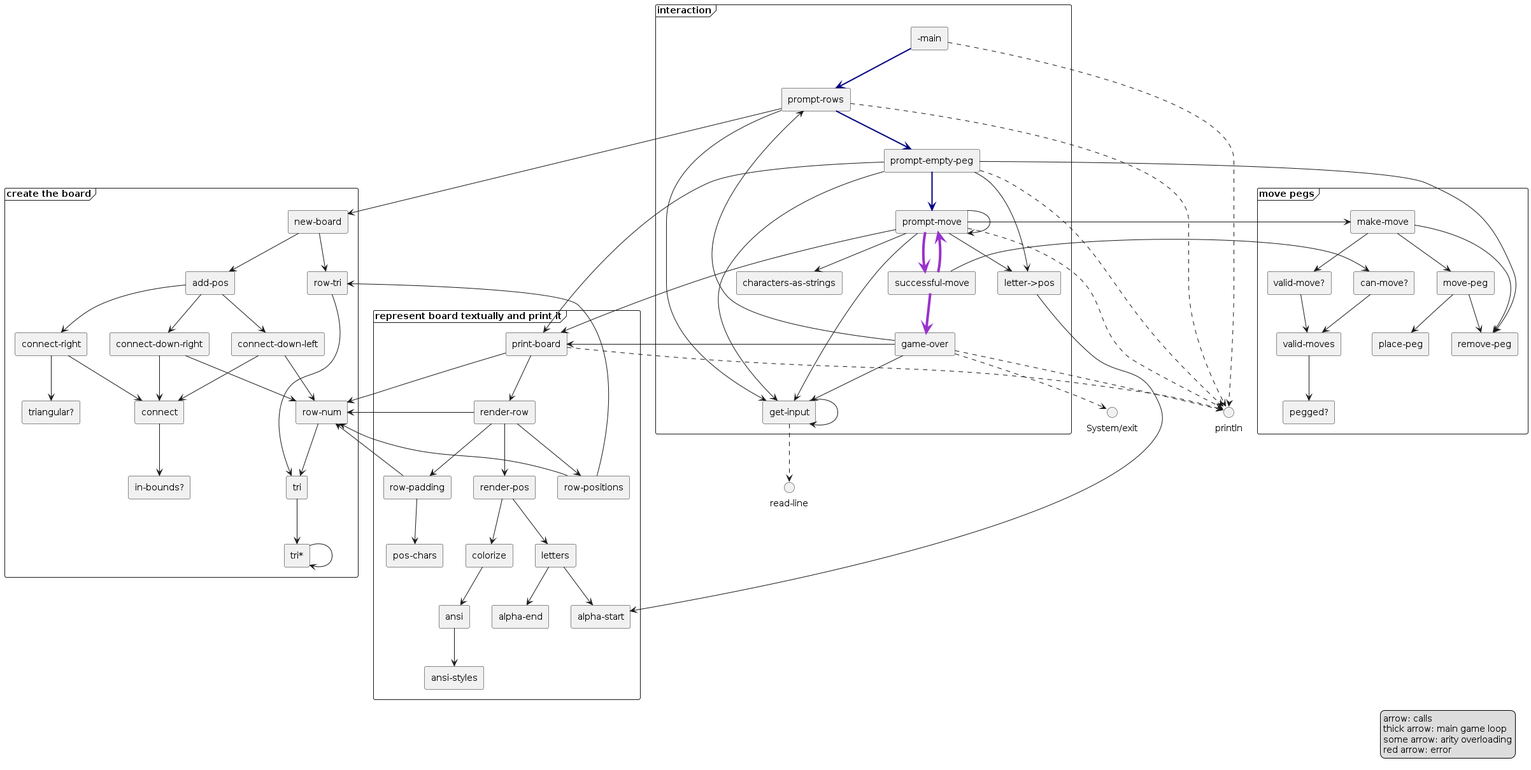
Above: images/2023/clj-12/clj-diagram.png in j19sch/j19sch.github.io (PlantUML), before the change. The source it was exported from:
```plantuml
@startuml

skinparam componentStyle rectangle




legend right
	arrow: calls
	thick arrow: main game loop
	some arrow: arity overloading
	red arrow: error
end legend


interface "read-line" as readline
interface println
interface "System/exit" as systemexit


frame "create the board" {
	[tri*]
	[tri]
	[triangular?]
	[row-tri]
	[row-num]
	[in-bounds?]
	[connect]
	[connect-right]
	[connect-down-left]
	[connect-down-right]
	[add-pos]
	[new-board]
}

frame "move pegs" {
	[pegged?]
	[valid-moves]
	[valid-move?]
	[remove-peg]
	[place-peg]
	[move-peg]
	[make-move]
	[can-move?]
}

frame "represent board textually and print it" {
	[alpha-start]
	[alpha-end]
	[letters]
	[pos-chars]
	[ansi-styles]

	[ansi]
	[colorize]
	[render-pos]
	[row-positions]
	[row-padding]
	[render-row]
	[print-board]
}


frame "interaction" {
	[letter->pos]
	[get-input]
	[characters-as-strings]
	[prompt-move]
	[successful-move]
	[game-over]
	[prompt-empty-peg]
	[prompt-rows]
	[-main]
}


[tri*] --> [tri*]
[tri] --> [tri*]
[row-tri] --> [tri]
[row-num] --> [tri]
[connect] --> [in-bounds?]
[connect-right] --> [triangular?]
[connect-right] --> [connect]
[connect-down-left] --> [connect]
[connect-down-left] --> [row-num]
[connect-down-right] --> [connect]
[connect-down-right] --> [row-num]
[add-pos] --> [connect-right]
[add-pos] --> [connect-down-left]
[add-pos] --> [connect-down-right]
[new-board] --> [row-tri]
[new-board] --> [add-pos]

[valid-moves] --> [pegged?]
[valid-move?] --> [valid-moves]
[move-peg] --> [remove-peg]
[move-peg] --> [place-peg]
[make-move] --> [valid-move?]
[make-move] --> [move-peg]
[make-move] --> [remove-peg]
[can-move?] --> [valid-moves]

[letters] --> [alpha-start]
[letters] --> [alpha-end]
[ansi] --> [ansi-styles]
[colorize] --> [ansi]
[render-pos] --> [letters]
[render-pos] --> [colorize]
[row-positions] -left-> [row-tri]
[row-positions] -left-> [row-num]
[row-padding] --> [pos-chars]
[row-padding] -left-> [row-num]
[render-row] --> [row-padding]
[render-row] --> [render-pos]
[render-row] -> [row-num]
[render-row] --> [row-positions]
[print-board] --> [render-row]
[print-board] -left-> [row-num]
[print-board] ..> println

[letter->pos] -> [alpha-start]
[get-input] --> [get-input]
[get-input] ..> readline
[prompt-move] ..> println
[prompt-move] -> [print-board]
[prompt-move] --> [letter->pos]
[prompt-move] --> [characters-as-strings]
[prompt-move] --> [get-input]
[prompt-move] -> [make-move]
[prompt-move] -[thickness=4,#darkorchid]-> [successful-move]
[prompt-move] --> [prompt-move]
[successful-move] -> [can-move?]
[successful-move] -[thickness=4,#darkorchid]-> [prompt-move]
[successful-move] -[thickness=4,#darkorchid]-> [game-over]
[game-over] ..> println
[game-over] -> [print-board]
[game-over] --> [get-input]
[game-over] -up-> [prompt-rows]
[game-over] ..> systemexit
[prompt-empty-peg] ..> println
[prompt-empty-peg] -> [print-board]
[prompt-empty-peg] -down[thickness=2,#navy]-> [prompt-move]
[prompt-empty-peg] -> [remove-peg]
[prompt-empty-peg] --> [letter->pos]
[prompt-empty-peg] --> [get-input]
[prompt-rows] ..> println
[prompt-rows] --> [get-input]
[prompt-rows] -> [new-board]
[prompt-rows] -down[thickness=2,#navy]-> [prompt-empty-peg]
[-main] ..> println
[-main] -down[thickness=2,#navy]-> [prompt-rows]

@enduml
```
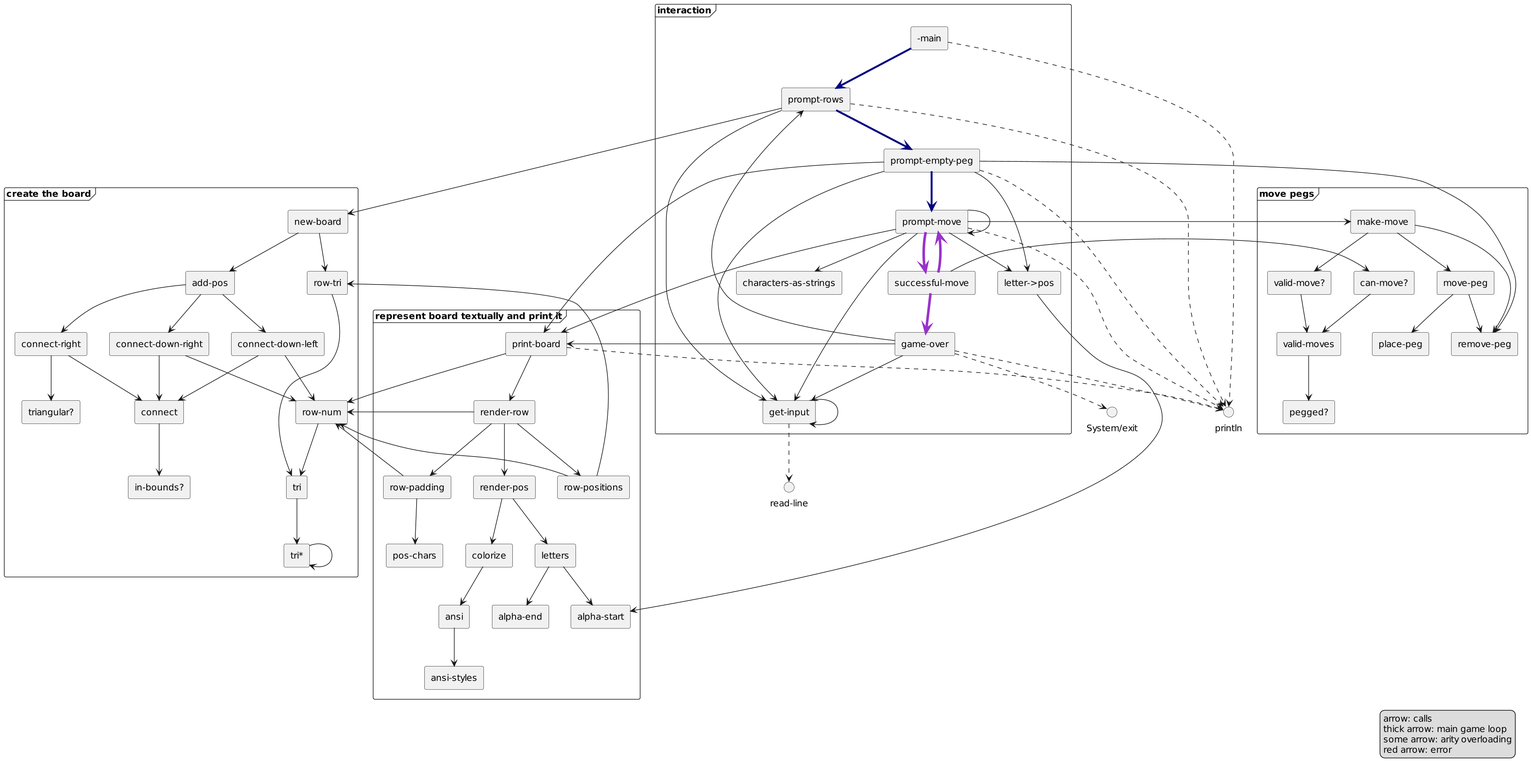
The same file after the commit.

Diff of the diagram source:
```diff
@@ -1,6 +1,9 @@
 @startuml
 
+skinparam dpi 150
+
 skinparam componentStyle rectangle
+
 
 
 
@@ -139,15 +142,15 @@
 [game-over] ..> systemexit
 [prompt-empty-peg] ..> println
 [prompt-empty-peg] -> [print-board]
-[prompt-empty-peg] -down[thickness=2,#navy]-> [prompt-move]
+[prompt-empty-peg] -down[thickness=3,#navy]-> [prompt-move]
 [prompt-empty-peg] -> [remove-peg]
 [prompt-empty-peg] --> [letter->pos]
 [prompt-empty-peg] --> [get-input]
 [prompt-rows] ..> println
 [prompt-rows] --> [get-input]
 [prompt-rows] -> [new-board]
-[prompt-rows] -down[thickness=2,#navy]-> [prompt-empty-peg]
+[prompt-rows] -down[thickness=3,#navy]-> [prompt-empty-peg]
 [-main] ..> println
-[-main] -down[thickness=2,#navy]-> [prompt-rows]
+[-main] -down[thickness=3,#navy]-> [prompt-rows]
 
 @enduml
```
